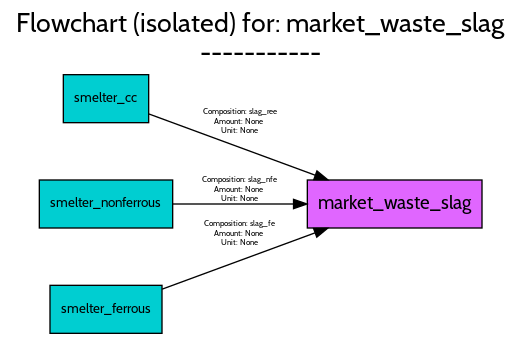
Above: src/examples/ELV/figures/flowcharts/processes/png/market_waste_slag.png in FutuRaM-Project/Recovery-Model (Graphviz), before the change. Its source is kept beside it as src/examples/ELV/figures/flowcharts/processes/dot/market_waste_slag.dot.
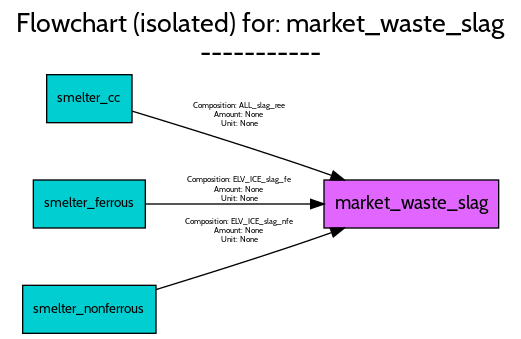
The same file after the commit.

What changed in the source:
```diff
@@ -19,7 +19,7 @@
 		fontname=Cabin,
 		fontsize=14,
 		height=0.5,
-		pos="292,97",
+		pos="304.5,97",
 		shape=box,
 		style=filled,
 		width=1.8194];
@@ -27,48 +27,48 @@
 		fontname=Cabin,
 		fontsize=10,
 		height=0.5,
-		pos="75.5,176",
+		pos="63,176",
 		shape=box,
 		style=filled,
 		width=0.88889];
 	smelter_cc -> market_waste_slag	[color=black,
 		fontname=Cabin,
 		fontsize=6,
-		label="Composition: slag_ree
+		label="Composition: ALL_slag_ree
 Amount: None
 Unit: None",
-		lp="176,158.5",
-		pos="e,241.9,115.08 107.69,164.51 140.28,152.51 192.19,133.39 232.46,118.56"];
+		lp="176,163.5",
+		pos="e,254.22,115.05 95.18,166.62 126.18,157.2 175.04,142.09 217,128 225.98,124.98 235.45,121.7 244.69,118.43"];
+	smelter_ferrous	[fillcolor=darkturquoise,
+		fontname=Cabin,
+		fontsize=10,
+		height=0.5,
+		pos="63,97",
+		shape=box,
+		style=filled,
+		width=1.1667];
+	smelter_ferrous -> market_waste_slag	[color=black,
+		fontname=Cabin,
+		fontsize=6,
+		label="Composition: ELV_ICE_slag_fe
+Amount: None
+Unit: None",
+		lp="176,107.5",
+		pos="e,239,97 105.17,97 139.08,97 188.03,97 228.82,97"];
 	smelter_nonferrous	[fillcolor=darkturquoise,
 		fontname=Cabin,
 		fontsize=10,
 		height=0.5,
-		pos="75.5,97",
+		pos="63,18",
 		shape=box,
 		style=filled,
 		width=1.3889];
 	smelter_nonferrous -> market_waste_slag	[color=black,
 		fontname=Cabin,
 		fontsize=6,
-		label="Composition: slag_nfe
+		label="Composition: ELV_ICE_slag_nfe
 Amount: None
 Unit: None",
-		lp="176,107.5",
-		pos="e,226.15,97 125.71,97 152.49,97 186.18,97 216.15,97"];
-	smelter_ferrous	[fillcolor=darkturquoise,
-		fontname=Cabin,
-		fontsize=10,
-		height=0.5,
-		pos="75.5,18",
-		shape=box,
-		style=filled,
-		width=1.1667];
-	smelter_ferrous -> market_waste_slag	[color=black,
-		fontname=Cabin,
-		fontsize=6,
-		label="Composition: slag_fe
-Amount: None
-Unit: None",
-		lp="176,74.5",
-		pos="e,241.76,78.864 117.6,33.139 150.1,45.107 195.89,61.97 232.25,75.363"];
+		lp="176,76.5",
+		pos="e,254.22,78.952 113.08,32.851 143.18,42.091 182.43,54.388 217,66 225.98,69.016 235.45,72.301 244.69,75.567"];
 }
```
